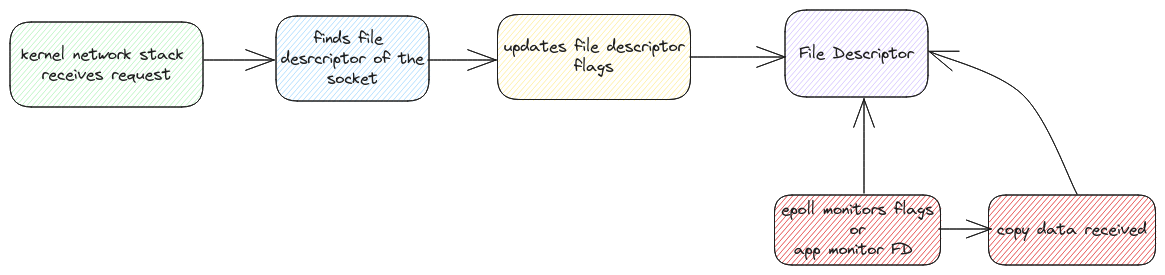
Earlier version of the Excalidraw export static/img/socket-process.excalidraw.png (swaroopar/inprogress-engineer). Source tidied: one line per element, renumbered; positions are measured from the earlier drawing's top-left corner, leaving out a move shared by most shapes.
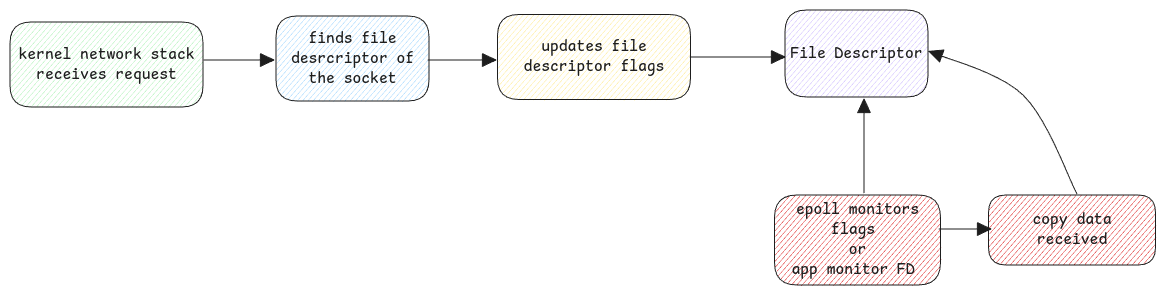
The same file after the commit.

The edit, as a diff of the source:
```diff
@@ -1,18 +1,18 @@
 {"id": 0, "type": "rectangle", "strokeColor": "#1e1e1e", "backgroundColor": "#b2f2bb", "fillStyle": "hachure", "strokeWidth": 1, "roughness": 0, "round": true, "x": 0, "y": 12, "width": 193, "height": 85}
-{"id": 1, "type": "text", "text": "kernel network stack \nreceives request", "strokeColor": "#1e1e1e", "strokeWidth": 2, "roughness": 1, "fontSize": 16, "fontFamily": 1, "textAlign": "center", "verticalAlign": "middle", "inside": 0, "x": 11, "y": 34, "width": 171, "height": 40}
+{"id": 1, "type": "text", "text": "kernel network stack\nreceives request", "strokeColor": "#1e1e1e", "strokeWidth": 2, "roughness": 1, "fontSize": 16, "fontFamily": 8, "textAlign": "center", "verticalAlign": "middle", "inside": 0, "x": 8, "y": 34, "width": 176, "height": 40}
-{"id": 2, "type": "arrow", "strokeColor": "#1e1e1e", "strokeWidth": 1, "roughness": 0, "endArrowhead": "arrow", "round": true, "from": 0, "to": 3, "x": 194, "y": 50, "width": 70, "height": 0, "points": [[0, 0], [70, 0]]}
+{"id": 2, "type": "arrow", "strokeColor": "#1e1e1e", "strokeWidth": 1, "roughness": 0, "endArrowhead": "triangle", "round": true, "from": 0, "to": 3, "x": 194, "y": 50, "width": 70, "height": 0, "points": [[0, 0], [70, 0]]}
 {"id": 3, "type": "rectangle", "strokeColor": "#1e1e1e", "backgroundColor": "#a5d8ff", "fillStyle": "hachure", "strokeWidth": 1, "roughness": 0, "round": true, "x": 266, "y": 6, "width": 153, "height": 85}
-{"id": 4, "type": "text", "text": "finds file \ndesrcriptor of the\nsocket", "strokeColor": "#1e1e1e", "strokeWidth": 1, "roughness": 0, "fontSize": 16, "fontFamily": 1, "textAlign": "center", "verticalAlign": "middle", "inside": 3, "x": 271, "y": 18, "width": 143, "height": 60}
+{"id": 4, "type": "text", "text": "finds file\ndesrcriptor of\nthe socket", "strokeColor": "#1e1e1e", "strokeWidth": 1, "roughness": 0, "fontSize": 16, "fontFamily": 8, "textAlign": "center", "verticalAlign": "middle", "inside": 3, "x": 281, "y": 18, "width": 123, "height": 60}
-{"id": 5, "type": "arrow", "strokeColor": "#1e1e1e", "strokeWidth": 1, "roughness": 0, "endArrowhead": "arrow", "round": true, "to": 6, "x": 418, "y": 50, "width": 68, "height": 0, "points": [[0, 0], [68, 0]]}
+{"id": 5, "type": "arrow", "strokeColor": "#1e1e1e", "strokeWidth": 1, "roughness": 0, "endArrowhead": "triangle", "round": true, "to": 6, "x": 418, "y": 50, "width": 68, "height": 0, "points": [[0, 0], [68, 0]]}
 {"id": 6, "type": "rectangle", "strokeColor": "#1e1e1e", "backgroundColor": "#ffec99", "fillStyle": "hachure", "strokeWidth": 1, "roughness": 0, "round": true, "x": 488, "y": 4, "width": 193, "height": 85}
-{"id": 7, "type": "text", "text": "updates file descriptor\nflags", "strokeColor": "#1e1e1e", "strokeWidth": 2, "roughness": 1, "fontSize": 16, "fontFamily": 1, "textAlign": "center", "verticalAlign": "middle", "inside": 6, "x": 493, "y": 27, "width": 181, "height": 40}
+{"id": 7, "type": "text", "text": "updates file\ndescriptor flags", "strokeColor": "#1e1e1e", "strokeWidth": 2, "roughness": 1, "fontSize": 16, "fontFamily": 8, "textAlign": "center", "verticalAlign": "middle", "inside": 6, "x": 514, "y": 27, "width": 141, "height": 40}
-{"id": 8, "type": "rectangle", "strokeColor": "#1e1e1e", "backgroundColor": "#e03131", "fillStyle": "hachure", "strokeWidth": 1, "roughness": 0, "round": true, "x": 764, "y": 185, "width": 166, "height": 70}
+{"id": 8, "type": "rectangle", "strokeColor": "#1e1e1e", "backgroundColor": "#e03131", "fillStyle": "hachure", "strokeWidth": 1, "roughness": 0, "round": true, "x": 764, "y": 185, "width": 166, "height": 90}
-{"id": 9, "type": "text", "text": "epoll monitors flags\nor\napp monitor FD ", "strokeColor": "#1e1e1e", "strokeWidth": 1, "roughness": 0, "fontSize": 16, "fontFamily": 1, "textAlign": "center", "verticalAlign": "middle", "inside": 8, "x": 771, "y": 190, "width": 153, "height": 60}
+{"id": 9, "type": "text", "text": "epoll monitors\nflags \nor\napp monitor FD ", "strokeColor": "#1e1e1e", "strokeWidth": 1, "roughness": 0, "fontSize": 16, "fontFamily": 8, "textAlign": "center", "verticalAlign": "middle", "inside": 8, "x": 781, "y": 190, "width": 132, "height": 80}
-{"id": 10, "type": "arrow", "strokeColor": "#1e1e1e", "strokeWidth": 1, "roughness": 0, "endArrowhead": "arrow", "round": true, "to": 13, "x": 680, "y": 47, "width": 95, "height": 0, "points": [[0, 0], [95, 0]]}
+{"id": 10, "type": "arrow", "strokeColor": "#1e1e1e", "strokeWidth": 1, "roughness": 0, "endArrowhead": "triangle", "round": true, "to": 13, "x": 680, "y": 47, "width": 95, "height": 0, "points": [[0, 0], [95, 0]]}
 {"id": 11, "type": "rectangle", "strokeColor": "#1e1e1e", "backgroundColor": "#e03131", "fillStyle": "hachure", "strokeWidth": 1, "roughness": 0, "round": true, "x": 978, "y": 185, "width": 167, "height": 70}
-{"id": 12, "type": "text", "text": "copy data received", "strokeColor": "#1e1e1e", "strokeWidth": 1, "roughness": 0, "fontSize": 16, "fontFamily": 1, "textAlign": "center", "verticalAlign": "middle", "inside": 11, "x": 987, "y": 210, "width": 150, "height": 20}
+{"id": 12, "type": "text", "text": "copy data\nreceived", "strokeColor": "#1e1e1e", "strokeWidth": 1, "roughness": 0, "fontSize": 16, "fontFamily": 8, "textAlign": "center", "verticalAlign": "middle", "inside": 11, "x": 1022, "y": 200, "width": 79, "height": 40}
 {"id": 13, "type": "rectangle", "strokeColor": "#1e1e1e", "backgroundColor": "#d0bfff", "fillStyle": "hachure", "strokeWidth": 1, "roughness": 0, "round": true, "x": 775, "y": 0, "width": 143, "height": 87}
-{"id": 14, "type": "text", "text": "File Descriptor", "strokeColor": "#1e1e1e", "strokeWidth": 1, "roughness": 0, "fontSize": 16, "fontFamily": 1, "textAlign": "center", "verticalAlign": "middle", "inside": 13, "x": 789, "y": 34, "width": 115, "height": 20}
+{"id": 14, "type": "text", "text": "File Descriptor", "strokeColor": "#1e1e1e", "strokeWidth": 1, "roughness": 0, "fontSize": 16, "fontFamily": 8, "textAlign": "center", "verticalAlign": "middle", "inside": 13, "x": 780, "y": 34, "width": 132, "height": 20}
-{"id": 15, "type": "arrow", "strokeColor": "#1e1e1e", "strokeWidth": 1, "roughness": 0, "endArrowhead": "arrow", "round": true, "to": 13, "x": 854, "y": 183, "width": 0, "height": 94, "points": [[0, 0], [0, -94]]}
+{"id": 15, "type": "arrow", "strokeColor": "#1e1e1e", "strokeWidth": 1, "roughness": 0, "endArrowhead": "triangle", "round": true, "to": 13, "x": 854, "y": 183, "width": 0, "height": 94, "points": [[0, 0], [0, -94]]}
-{"id": 16, "type": "arrow", "strokeColor": "#1e1e1e", "strokeWidth": 1, "roughness": 0, "endArrowhead": "arrow", "round": true, "from": 11, "to": 13, "x": 1067, "y": 184, "width": 148, "height": 143, "points": [[0, 0], [-54, -99], [-148, -143]]}
+{"id": 16, "type": "arrow", "strokeColor": "#1e1e1e", "strokeWidth": 1, "roughness": 0, "endArrowhead": "triangle", "round": true, "from": 11, "to": 13, "x": 1067, "y": 184, "width": 148, "height": 143, "points": [[0, 0], [-54, -99], [-148, -143]]}
-{"id": 17, "type": "arrow", "strokeColor": "#1e1e1e", "backgroundColor": "#d0bfff", "fillStyle": "hachure", "strokeWidth": 1, "roughness": 0, "endArrowhead": "arrow", "round": true, "x": 929, "y": 219, "width": 52, "height": 0, "points": [[0, 0], [52, 0]]}
+{"id": 17, "type": "arrow", "strokeColor": "#1e1e1e", "backgroundColor": "#d0bfff", "fillStyle": "hachure", "strokeWidth": 1, "roughness": 0, "endArrowhead": "triangle", "round": true, "x": 929, "y": 219, "width": 52, "height": 0, "points": [[0, 0], [52, 0]]}
```
